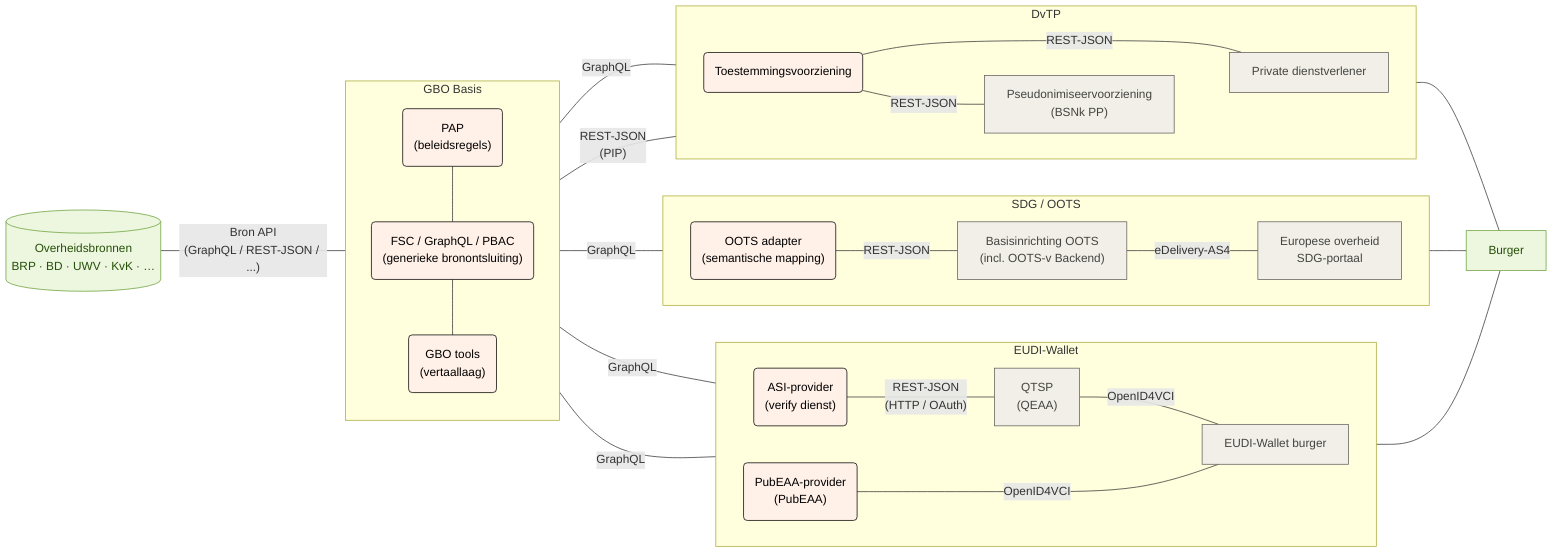
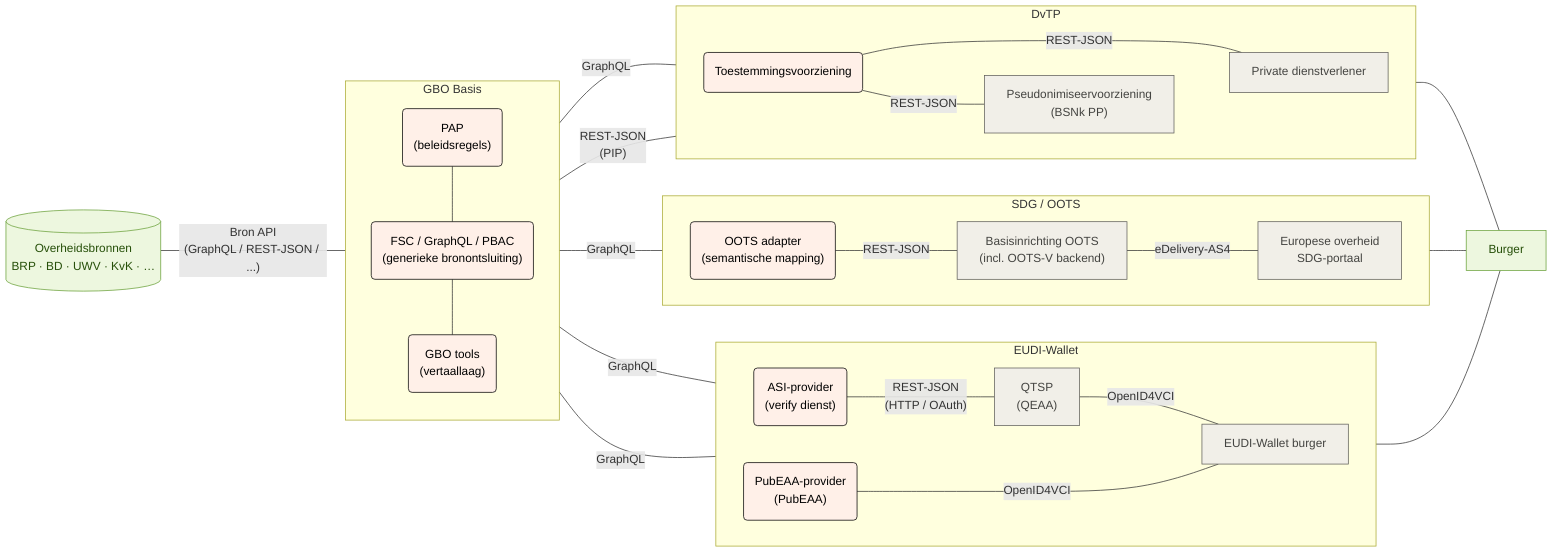
flowchart LR
  subgraph gbo["GBO Basis"]
    direction TB
        fsc_pap("PAP<br/>(beleidsregels)")
        fsc("FSC / GraphQL / PBAC<br/>(generieke bronontsluiting)")
        fsc_tools("GBO tools<br/>(vertaallaag)")
  end
  subgraph eudi["EUDI-Wallet"]
    direction LR
        eudi_asi("ASI-provider<br/>(verify dienst)")
        eudi_pubeaa("PubEAA-provider<br/>(PubEAA)")
        eudi_qeaa["QTSP<br/>(QEAA)"]
        eudi_wallet["EUDI-Wallet burger"]
  end
  subgraph oots["SDG / OOTS"]
    direction LR
        oots_adapter("OOTS adapter<br/>(semantische mapping)")
-         oots_basis["Basisinrichting OOTS<br/>(incl. OOTS-v Backend)"]
+         oots_basis["Basisinrichting OOTS<br/>(incl. OOTS-V backend)"]
        oots_afnemer["Europese overheid<br/>SDG-portaal"]
  end
  subgraph dvtp["DvTP"]
    direction LR
        dvtp_toestemming("Toestemmingsvoorziening")
        dvtp_pseudoniem["Pseudonimiseervoorziening<br/>(BSNk PP)"]
        dvtp_afnemer["Private dienstverlener"]
  end

  fsc_pap --- fsc
  fsc --- fsc_tools
  bron[("Overheidsbronnen<br/>BRP · BD · UWV · KvK · …")] -- Bron API<br/>(GraphQL / REST-JSON / ...) --- gbo
  eudi_asi -- REST-JSON<br/>(HTTP / OAuth) --- eudi_qeaa
  eudi_qeaa -- OpenID4VCI --- eudi_wallet
  gbo -- GraphQL --- eudi_asi & eudi_pubeaa & oots_adapter & dvtp_afnemer
  eudi_pubeaa -- OpenID4VCI ---- eudi_wallet
  oots_adapter -- REST-JSON --- oots_basis
  oots_basis -- eDelivery-AS4 --- oots_afnemer
  gbo -- REST-JSON<br/>(PIP) --- dvtp_toestemming
  dvtp_toestemming -- REST-JSON --- dvtp_afnemer
  dvtp_toestemming -- REST-JSON --- dvtp_pseudoniem
  dvtp_pseudoniem ~~~ dvtp_afnemer
  eudi_wallet --- burger["Burger"]
  oots_afnemer --- burger
  dvtp_afnemer --- burger

  fsc_pap:::gbo
  fsc:::gbo
  fsc_tools:::gbo
  eudi_asi:::gbo
  eudi_pubeaa:::gbo
  eudi_qeaa:::eudi
  eudi_wallet:::eudi
  oots_adapter:::gbo
  oots_basis:::oots
  oots_afnemer:::oots
  dvtp_toestemming:::gbo
  dvtp_pseudoniem:::dvtp
  dvtp_afnemer:::dvtp
  bron:::bron
  burger:::burger

  classDef bron fill:#edf7df,stroke:#6aa13a,color:#27500a
  classDef generiek fill:#f1efe8,stroke:#5f5e5a,color:#444441
  classDef eudi fill:#f1efe8,stroke:#5f5e5a,color:#444441
  classDef oots fill:#f1efe8,stroke:#5f5e5a,color:#444441
  classDef dvtp fill:#f1efe8,stroke:#5f5e5a,color:#444441
  classDef gbo fill:#fff0e8,stroke:#000000,color:#000000
  classDef burger fill:#edf7df,stroke:#6aa13a,color:#27500a
